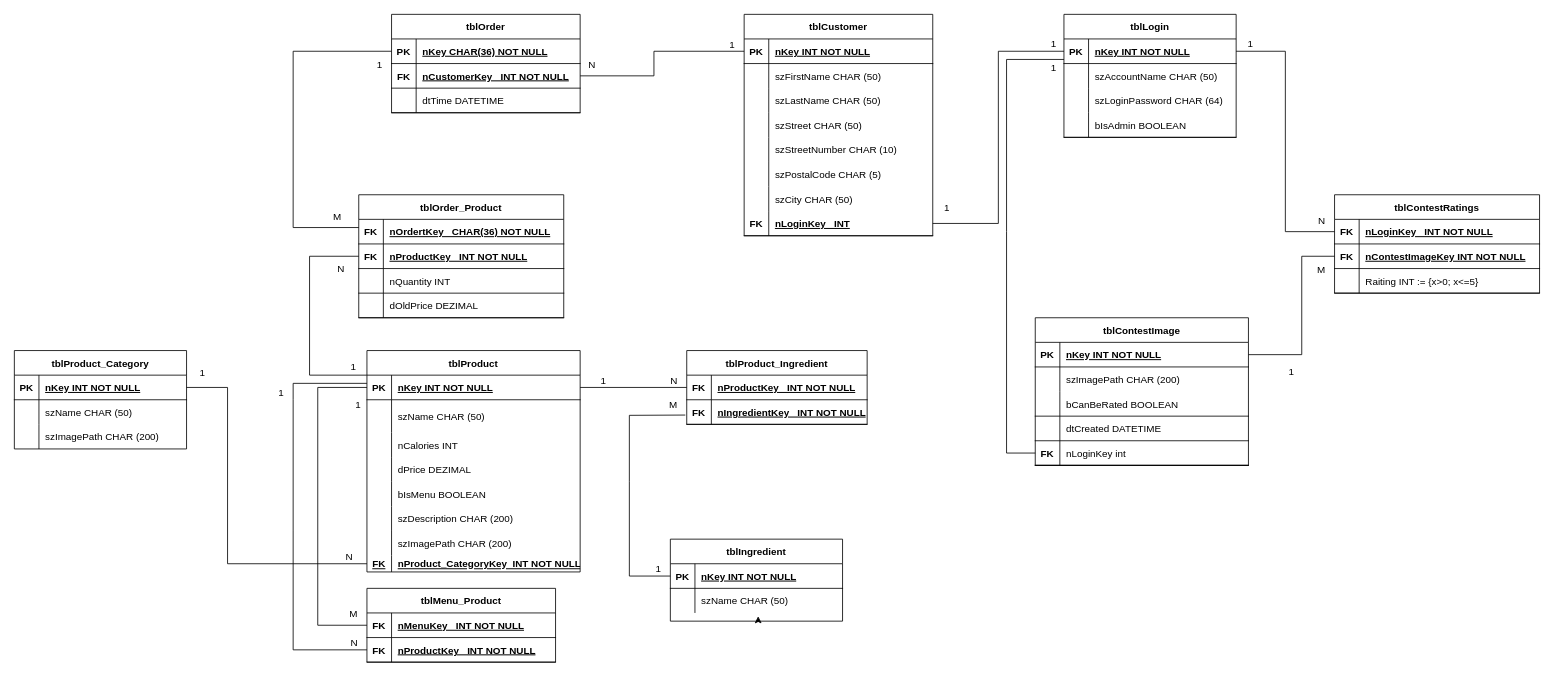
Before: SQL Diagram.drawio in Tom-Koehler-IF/IF12_Project, a draw.io diagram. Source tidied: cells renumbered, new cells numbered last; positions are measured from the earlier drawing's top-left corner, leaving out a move shared by most shapes. Both pictures are drawn from the tidied source at 82%, with x=0, y=0 at pixel (14, 14).
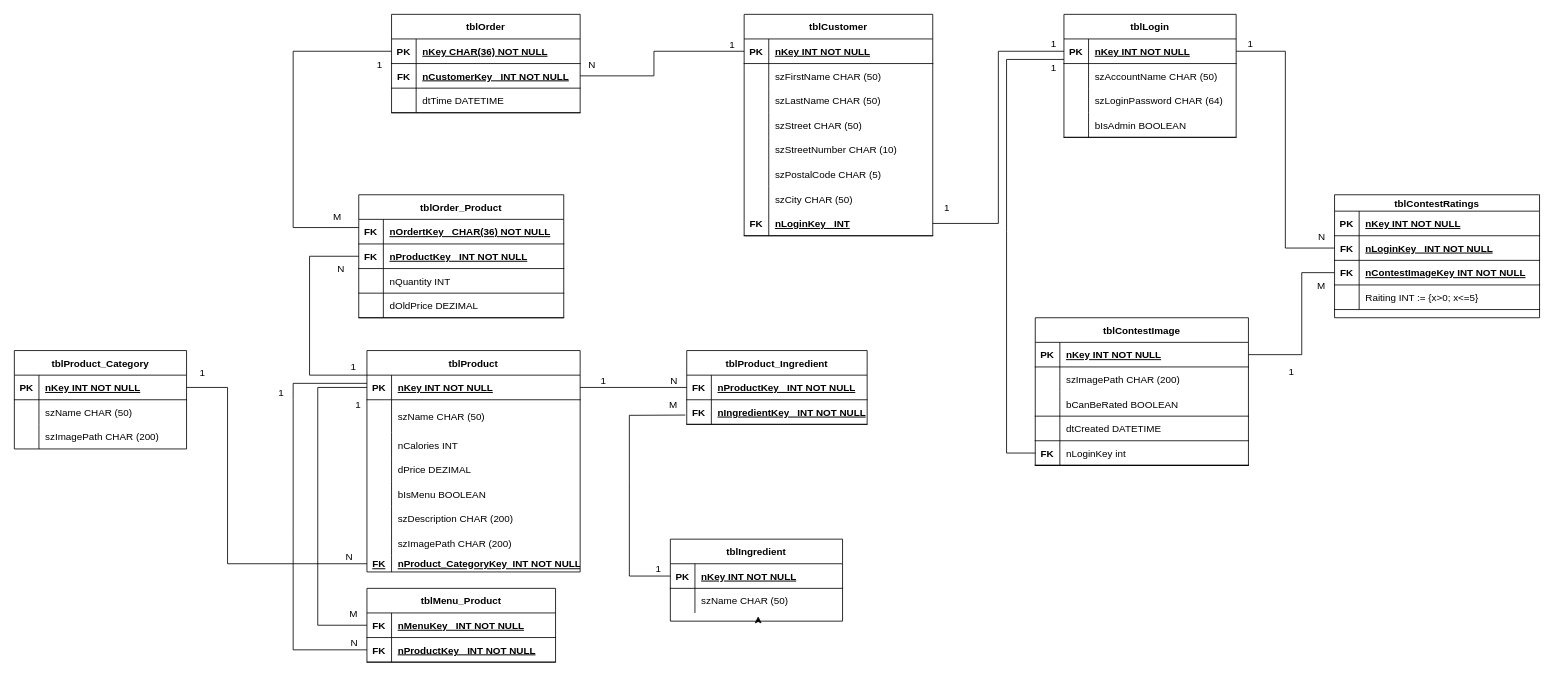
The same diagram, later.

Unchanged cells that the change refers to:
```xml
<mxCell id="100" style="shape=partialRectangle;fillColor=none;points=[[0,0.5],[1,0.5]];portConstraint=eastwest;top=0;left=0;right=0;bottom=1;" parent="99" vertex="1">
  <mxGeometry y="30" width="210" height="30" as="geometry" />
</mxCell>
<mxCell id="116" style="shape=partialRectangle;fillColor=none;points=[[0,0.5],[1,0.5]];portConstraint=eastwest;top=0;left=0;right=0;bottom=1;" parent="115" vertex="1">
  <mxGeometry y="30" width="260" height="30" as="geometry" />
</mxCell>
```

The edit, as a diff of the source:
```diff
@@
-    <mxCell id="131" value="tblContestRatings" style="shape=table;startSize=30;childLayout=tableLayout;rowLines=0;fontStyle=1;align=center;" parent="1" vertex="1">
-      <mxGeometry x="1610" y="220" width="250" height="120" as="geometry" />
+    <mxCell id="131" value="tblContestRatings" style="shape=table;startSize=20;childLayout=tableLayout;rowLines=0;fontStyle=1;align=center;" parent="1" vertex="1">
+      <mxGeometry x="1610" y="220" width="250" height="150" as="geometry" />
     </mxCell>
     <mxCell id="132" style="shape=partialRectangle;fillColor=none;points=[[0,0.5],[1,0.5]];portConstraint=eastwest;top=0;left=0;right=0;bottom=1;" parent="131" vertex="1">
-      <mxGeometry y="30" width="250" height="30" as="geometry" />
+      <mxGeometry y="20" width="250" height="30" as="geometry" />
     </mxCell>
-    <mxCell id="133" value="FK" style="shape=partialRectangle;overflow=hidden;fillColor=none;top=0;left=0;bottom=0;right=0;fontStyle=1;" parent="132" vertex="1">
+    <mxCell id="133" value="PK" style="shape=partialRectangle;overflow=hidden;fillColor=none;top=0;left=0;bottom=0;right=0;fontStyle=1;" parent="132" vertex="1">
       <mxGeometry width="30" height="30" as="geometry" />
     </mxCell>
-    <mxCell id="134" value="nLoginKey   INT NOT NULL" style="shape=partialRectangle;overflow=hidden;fillColor=none;top=0;left=0;bottom=0;right=0;align=left;spacingLeft=6;fontStyle=5;" parent="132" vertex="1">
+    <mxCell id="134" value="nKey INT NOT NULL" style="shape=partialRectangle;overflow=hidden;fillColor=none;top=0;left=0;bottom=0;right=0;align=left;spacingLeft=6;fontStyle=5;" parent="132" vertex="1">
       <mxGeometry x="30" width="220" height="30" as="geometry" />
     </mxCell>
+    <mxCell id="185" style="shape=partialRectangle;fillColor=none;points=[[0,0.5],[1,0.5]];portConstraint=eastwest;top=0;left=0;right=0;bottom=1;" parent="131" vertex="1">
+      <mxGeometry y="50" width="250" height="30" as="geometry" />
+    </mxCell>
+    <mxCell id="186" value="FK" style="shape=partialRectangle;overflow=hidden;fillColor=none;top=0;left=0;bottom=0;right=0;fontStyle=1;" parent="185" vertex="1">
+      <mxGeometry width="30" height="30" as="geometry" />
+    </mxCell>
+    <mxCell id="187" value="nLoginKey   INT NOT NULL" style="shape=partialRectangle;overflow=hidden;fillColor=none;top=0;left=0;bottom=0;right=0;align=left;spacingLeft=6;fontStyle=5;" parent="185" vertex="1">
+      <mxGeometry x="30" width="220" height="30" as="geometry" />
+    </mxCell>
     <mxCell id="135" style="shape=partialRectangle;fillColor=none;points=[[0,0.5],[1,0.5]];portConstraint=eastwest;top=0;left=0;right=0;bottom=1;" parent="131" vertex="1">
-      <mxGeometry y="60" width="250" height="30" as="geometry" />
+      <mxGeometry y="80" width="250" height="30" as="geometry" />
     </mxCell>
@@
     <mxCell id="138" style="shape=partialRectangle;fillColor=none;top=0;left=0;right=0;bottom=1;" parent="131" vertex="1">
-      <mxGeometry y="90" width="250" height="30" as="geometry" />
+      <mxGeometry y="110" width="250" height="30" as="geometry" />
     </mxCell>
@@
-    <mxCell id="142" style="endArrow=none;html=1;rounded=0;entryX=0;entryY=0.5;entryDx=0;entryDy=0;exitX=1;exitY=0.5;exitDx=0;exitDy=0;" parent="1" edge="1" source="100" target="132">
+    <mxCell id="142" style="endArrow=none;html=1;rounded=0;entryX=0;entryY=0.5;entryDx=0;entryDy=0;exitX=1;exitY=0.5;exitDx=0;exitDy=0;" parent="1" edge="1" source="100" target="185">
       <mxGeometry relative="1" as="geometry">
         <Array as="points">
           <mxPoint x="1550" y="45" />
-          <mxPoint x="1550" y="265" />
+          <mxPoint x="1550" y="285" />
         </Array>
       </mxGeometry>
     </mxCell>
@@
     <mxCell id="144" style="endArrow=none;html=1;rounded=0;entryX=0;entryY=0.5;entryDx=0;entryDy=0;exitX=1;exitY=0.5;exitDx=0;exitDy=0;" parent="1" edge="1" source="116" target="135">
       <mxGeometry relative="1" as="geometry">
         <Array as="points">
           <mxPoint x="1570" y="415" />
-          <mxPoint x="1570" y="295" />
+          <mxPoint x="1570" y="315" />
         </Array>
       </mxGeometry>
     </mxCell>
```
